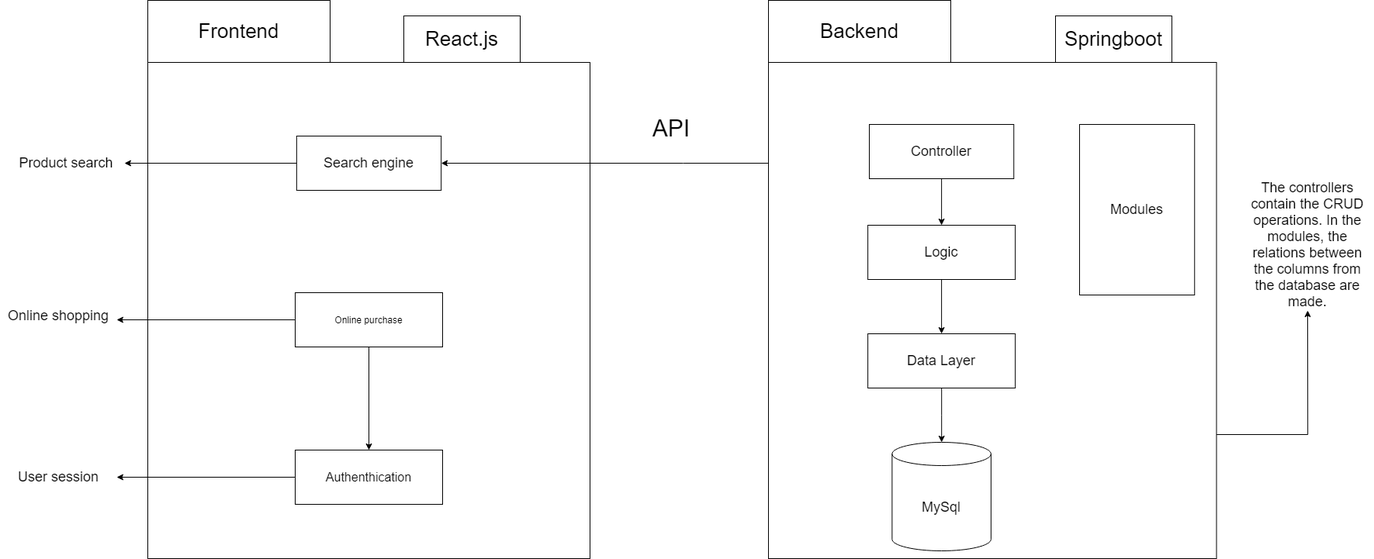
The draw.io diagram documentation/C3.png in jaklin99/Online-shop-, before a commit. Source tidied: cells renumbered, new cells last; positions are measured from the earlier drawing's top-left corner, leaving out a move shared by most shapes.
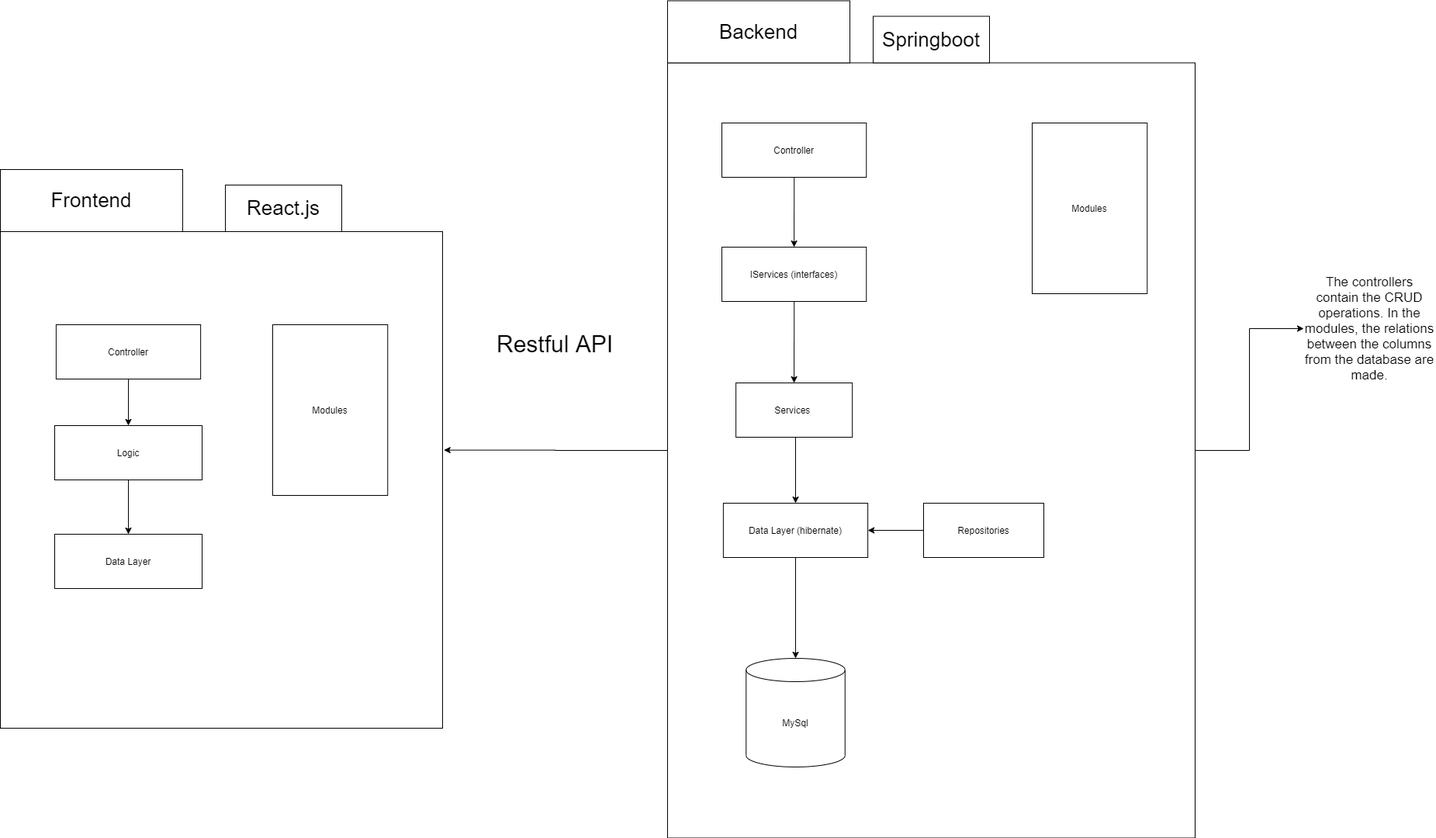
Above is the later version.

Change to the diagram source:
```diff
@@ -6,92 +6,87 @@
       <mxGeometry x="190" width="235" height="80" as="geometry" />
     </mxCell>
     <mxCell id="3" value="&lt;font style=&quot;font-size: 26px&quot;&gt;React.js&lt;/font&gt;" style="rounded=0;whiteSpace=wrap;html=1;" parent="1" vertex="1">
-      <mxGeometry x="520" y="20" width="150" height="60" as="geometry" />
+      <mxGeometry x="480" y="20" width="150" height="60" as="geometry" />
     </mxCell>
+    <mxCell id="30" style="edgeStyle=orthogonalEdgeStyle;rounded=0;jettySize=auto;html=1;entryX=1.003;entryY=0.44;entryDx=0;entryDy=0;entryPerimeter=0;" parent="1" edge="1" source="5" target="14">
+      <mxGeometry relative="1" as="geometry" />
+    </mxCell>
-    <mxCell id="4" style="edgeStyle=orthogonalEdgeStyle;rounded=0;jettySize=auto;html=1;exitX=1;exitY=0.75;exitDx=0;exitDy=0;entryX=0.5;entryY=1;entryDx=0;entryDy=0;" parent="1" edge="1" source="5" target="25">
+    <mxCell id="4" style="edgeStyle=orthogonalEdgeStyle;rounded=0;jettySize=auto;html=1;" parent="1" edge="1" source="5" target="25">
       <mxGeometry relative="1" as="geometry" />
     </mxCell>
     <mxCell id="5" style="rounded=0;whiteSpace=wrap;html=1;" parent="1" vertex="1">
-      <mxGeometry x="990" y="80" width="577.5" height="640" as="geometry" />
+      <mxGeometry x="1050" y="-137.5" width="680" height="999" as="geometry" />
     </mxCell>
-    <mxCell id="6" style="edgeStyle=orthogonalEdgeStyle;rounded=0;jettySize=auto;html=1;exitX=0.5;exitY=1;exitDx=0;exitDy=0;entryX=0.5;entryY=0;entryDx=0;entryDy=0;" parent="1" edge="1" source="7" target="11">
-      <mxGeometry relative="1" as="geometry" />
+    <mxCell id="6" style="edgeStyle=orthogonalEdgeStyle;rounded=0;jettySize=auto;html=1;exitX=0.5;exitY=1;exitDx=0;exitDy=0;entryX=0.5;entryY=0;entryDx=0;entryDy=0;" parent="1" edge="1" target="11">
+      <mxGeometry relative="1" as="geometry">
+        <mxPoint x="1215" y="345" as="sourcePoint" />
+      </mxGeometry>
     </mxCell>
-    <mxCell id="7" value="&lt;font style=&quot;font-size: 18px&quot;&gt;Logic&lt;/font&gt;" style="rounded=0;whiteSpace=wrap;html=1;" parent="1" vertex="1">
-      <mxGeometry x="1118.1" y="290" width="190" height="70" as="geometry" />
-    </mxCell>
-    <mxCell id="8" style="edgeStyle=orthogonalEdgeStyle;rounded=0;jettySize=auto;html=1;exitX=0.5;exitY=1;exitDx=0;exitDy=0;entryX=0.5;entryY=0;entryDx=0;entryDy=0;" parent="1" edge="1" source="9" target="7">
-      <mxGeometry relative="1" as="geometry" />
-    </mxCell>
+    <mxCell id="31" style="edgeStyle=orthogonalEdgeStyle;rounded=0;jettySize=auto;html=1;entryX=0.5;entryY=0;entryDx=0;entryDy=0;" parent="1" edge="1" source="9" target="38">
+      <mxGeometry relative="1" as="geometry" />
+    </mxCell>
-    <mxCell id="9" value="&lt;font style=&quot;font-size: 18px&quot;&gt;Controller&lt;/font&gt;" style="rounded=0;whiteSpace=wrap;html=1;" parent="1" vertex="1">
-      <mxGeometry x="1120" y="160" width="186.2" height="70" as="geometry" />
+    <mxCell id="9" value="Controller" style="rounded=0;whiteSpace=wrap;html=1;" parent="1" vertex="1">
+      <mxGeometry x="1120" y="-60" width="186.2" height="70" as="geometry" />
     </mxCell>
     <mxCell id="10" style="edgeStyle=orthogonalEdgeStyle;rounded=0;jettySize=auto;html=1;" parent="1" edge="1" source="11" target="12">
       <mxGeometry relative="1" as="geometry" />
     </mxCell>
-    <mxCell id="11" value="&lt;font style=&quot;font-size: 18px&quot;&gt;Data Layer&lt;/font&gt;" style="rounded=0;whiteSpace=wrap;html=1;" parent="1" vertex="1">
-      <mxGeometry x="1118.1" y="430" width="190" height="70" as="geometry" />
+    <mxCell id="11" value="Data Layer (hibernate)" style="rounded=0;whiteSpace=wrap;html=1;" parent="1" vertex="1">
+      <mxGeometry x="1121.9" y="430" width="186.2" height="70" as="geometry" />
     </mxCell>
-    <mxCell id="12" value="&lt;font style=&quot;font-size: 18px&quot;&gt;MySql&lt;/font&gt;" style="shape=cylinder3;whiteSpace=wrap;html=1;boundedLbl=1;backgroundOutline=1;size=15;" parent="1" vertex="1">
-      <mxGeometry x="1149.4" y="570" width="127.5" height="140" as="geometry" />
+    <mxCell id="12" value="MySql" style="shape=cylinder3;whiteSpace=wrap;html=1;boundedLbl=1;backgroundOutline=1;size=15;" parent="1" vertex="1">
+      <mxGeometry x="1151.3" y="630" width="127.5" height="140" as="geometry" />
     </mxCell>
-    <mxCell id="13" value="&lt;font style=&quot;font-size: 18px&quot;&gt;Modules&lt;/font&gt;" style="rounded=0;whiteSpace=wrap;html=1;" parent="1" vertex="1">
-      <mxGeometry x="1391" y="160" width="148.2" height="220" as="geometry" />
+    <mxCell id="13" value="Modules" style="rounded=0;whiteSpace=wrap;html=1;" parent="1" vertex="1">
+      <mxGeometry x="1520" y="-60" width="148.2" height="220" as="geometry" />
     </mxCell>
     <mxCell id="14" style="rounded=0;whiteSpace=wrap;html=1;" parent="1" vertex="1">
       <mxGeometry x="190" y="80" width="570" height="640" as="geometry" />
     </mxCell>
     <mxCell id="15" value="&lt;font style=&quot;font-size: 26px&quot;&gt;Springboot&lt;/font&gt;" style="rounded=0;whiteSpace=wrap;html=1;" parent="1" vertex="1">
-      <mxGeometry x="1360" y="20" width="150" height="60" as="geometry" />
+      <mxGeometry x="1315" y="-197.5" width="150" height="60" as="geometry" />
     </mxCell>
     <mxCell id="16" value="&lt;font style=&quot;font-size: 26px&quot;&gt;Backend&lt;/font&gt;" style="rounded=0;whiteSpace=wrap;html=1;" parent="1" vertex="1">
-      <mxGeometry x="990" width="235" height="80" as="geometry" />
+      <mxGeometry x="1050" y="-217.5" width="235" height="80" as="geometry" />
     </mxCell>
-    <mxCell id="17" value="&lt;font style=&quot;font-size: 30px&quot;&gt;API&lt;/font&gt;" style="text;html=1;strokeColor=none;fillColor=none;align=center;verticalAlign=middle;whiteSpace=wrap;rounded=0;" parent="1" vertex="1">
-      <mxGeometry x="700" y="100" width="330" height="130" as="geometry" />
+    <mxCell id="17" value="&lt;font style=&quot;font-size: 30px&quot;&gt;Restful API&lt;/font&gt;" style="text;html=1;strokeColor=none;fillColor=none;align=center;verticalAlign=middle;whiteSpace=wrap;rounded=0;" parent="1" vertex="1">
+      <mxGeometry x="740" y="160" width="330" height="130" as="geometry" />
     </mxCell>
     <mxCell id="18" style="edgeStyle=orthogonalEdgeStyle;rounded=0;jettySize=auto;html=1;exitX=0.5;exitY=1;exitDx=0;exitDy=0;entryX=0.5;entryY=0;entryDx=0;entryDy=0;" parent="1" edge="1" source="20" target="24">
       <mxGeometry relative="1" as="geometry" />
     </mxCell>
-    <mxCell id="19" style="edgeStyle=orthogonalEdgeStyle;rounded=0;jettySize=auto;html=1;" parent="1" edge="1" source="20">
-      <mxGeometry relative="1" as="geometry">
-        <mxPoint x="150" y="412" as="targetPoint" />
-      </mxGeometry>
-    </mxCell>
-    <mxCell id="20" value="Online purchase" style="rounded=0;whiteSpace=wrap;html=1;" parent="1" vertex="1">
-      <mxGeometry x="380" y="377" width="190" height="70" as="geometry" />
+    <mxCell id="20" value="Logic" style="rounded=0;whiteSpace=wrap;html=1;" parent="1" vertex="1">
+      <mxGeometry x="260" y="330" width="190" height="70" as="geometry" />
     </mxCell>
-    <mxCell id="21" style="edgeStyle=orthogonalEdgeStyle;rounded=0;jettySize=auto;html=1;entryX=1;entryY=0.5;entryDx=0;entryDy=0;" parent="1" edge="1" source="22" target="28">
-      <mxGeometry relative="1" as="geometry" />
-    </mxCell>
+    <mxCell id="32" style="edgeStyle=orthogonalEdgeStyle;rounded=0;jettySize=auto;html=1;exitX=0.5;exitY=1;exitDx=0;exitDy=0;entryX=0.5;entryY=0;entryDx=0;entryDy=0;" parent="1" edge="1" source="22" target="20">
+      <mxGeometry relative="1" as="geometry" />
+    </mxCell>
-    <mxCell id="22" value="&lt;font style=&quot;font-size: 18px&quot;&gt;Search engine&lt;/font&gt;" style="rounded=0;whiteSpace=wrap;html=1;" parent="1" vertex="1">
-      <mxGeometry x="381.9" y="175" width="186.2" height="70" as="geometry" />
+    <mxCell id="22" value="Controller" style="rounded=0;whiteSpace=wrap;html=1;" parent="1" vertex="1">
+      <mxGeometry x="261.9" y="200" width="186.2" height="70" as="geometry" />
     </mxCell>
-    <mxCell id="23" style="edgeStyle=orthogonalEdgeStyle;rounded=0;jettySize=auto;html=1;entryX=1;entryY=0.5;entryDx=0;entryDy=0;" parent="1" edge="1" source="24" target="27">
-      <mxGeometry relative="1" as="geometry" />
-    </mxCell>
-    <mxCell id="24" value="&lt;font style=&quot;font-size: 16px&quot;&gt;Authenthication&lt;/font&gt;" style="rounded=0;whiteSpace=wrap;html=1;" parent="1" vertex="1">
-      <mxGeometry x="380" y="580" width="190" height="70" as="geometry" />
+    <mxCell id="24" value="Data Layer" style="rounded=0;whiteSpace=wrap;html=1;" parent="1" vertex="1">
+      <mxGeometry x="260" y="470" width="190" height="70" as="geometry" />
     </mxCell>
+    <mxCell id="33" value="Modules" style="rounded=0;whiteSpace=wrap;html=1;" parent="1" vertex="1">
+      <mxGeometry x="541" y="200" width="148.2" height="220" as="geometry" />
+    </mxCell>
+    <mxCell id="34" value="Services&amp;nbsp;" style="rounded=0;whiteSpace=wrap;html=1;" parent="1" vertex="1">
+      <mxGeometry x="1138.1" y="275" width="150" height="70" as="geometry" />
+    </mxCell>
+    <mxCell id="35" style="edgeStyle=orthogonalEdgeStyle;rounded=0;jettySize=auto;html=1;" parent="1" edge="1" source="36" target="11">
+      <mxGeometry relative="1" as="geometry" />
+    </mxCell>
+    <mxCell id="36" value="Repositories" style="rounded=0;whiteSpace=wrap;html=1;" parent="1" vertex="1">
+      <mxGeometry x="1380" y="430" width="155" height="70" as="geometry" />
+    </mxCell>
+    <mxCell id="37" style="edgeStyle=orthogonalEdgeStyle;rounded=0;jettySize=auto;html=1;" parent="1" edge="1" source="38" target="34">
+      <mxGeometry relative="1" as="geometry" />
+    </mxCell>
+    <mxCell id="38" value="IServices (interfaces)" style="rounded=0;whiteSpace=wrap;html=1;" parent="1" vertex="1">
+      <mxGeometry x="1120" y="100" width="186.2" height="70" as="geometry" />
+    </mxCell>
-    <mxCell id="25" value="&lt;font style=&quot;font-size: 18px&quot;&gt;The controllers contain the CRUD operations. In the modules, the relations between the columns from the database are made.&lt;/font&gt;" style="text;html=1;strokeColor=none;fillColor=none;align=center;verticalAlign=middle;whiteSpace=wrap;rounded=0;" parent="1" vertex="1">
-      <mxGeometry x="1600" y="230" width="170" height="170" as="geometry" />
+    <mxCell id="25" value="&lt;font style=&quot;font-size: 17px&quot;&gt;The controllers contain the CRUD operations. In the modules, the relations between the columns from the database are made.&lt;/font&gt;" style="text;html=1;strokeColor=none;fillColor=none;align=center;verticalAlign=middle;whiteSpace=wrap;rounded=0;" parent="1" vertex="1">
+      <mxGeometry x="1870" y="120" width="170" height="170" as="geometry" />
     </mxCell>
-    <mxCell id="26" value="&lt;font style=&quot;font-size: 18px&quot;&gt;Online shopping&lt;/font&gt;" style="text;html=1;strokeColor=none;fillColor=none;align=center;verticalAlign=middle;whiteSpace=wrap;rounded=0;" parent="1" vertex="1">
-      <mxGeometry y="377" width="150" height="60" as="geometry" />
-    </mxCell>
-    <mxCell id="27" value="&lt;font style=&quot;font-size: 18px&quot;&gt;User session&lt;/font&gt;" style="text;html=1;strokeColor=none;fillColor=none;align=center;verticalAlign=middle;whiteSpace=wrap;rounded=0;" parent="1" vertex="1">
-      <mxGeometry y="585" width="150" height="60" as="geometry" />
-    </mxCell>
-    <mxCell id="28" value="&lt;font style=&quot;font-size: 18px&quot;&gt;Product search&lt;/font&gt;" style="text;html=1;strokeColor=none;fillColor=none;align=center;verticalAlign=middle;whiteSpace=wrap;rounded=0;" parent="1" vertex="1">
-      <mxGeometry x="10" y="180" width="150" height="60" as="geometry" />
-    </mxCell>
-    <mxCell id="29" style="edgeStyle=orthogonalEdgeStyle;rounded=0;jettySize=auto;html=1;" parent="1" edge="1" source="5" target="22">
-      <mxGeometry relative="1" as="geometry">
-        <Array as="points">
-          <mxPoint x="880" y="210" />
-          <mxPoint x="880" y="210" />
-        </Array>
-      </mxGeometry>
-    </mxCell>
   </root>
 </mxGraphModel>
```
